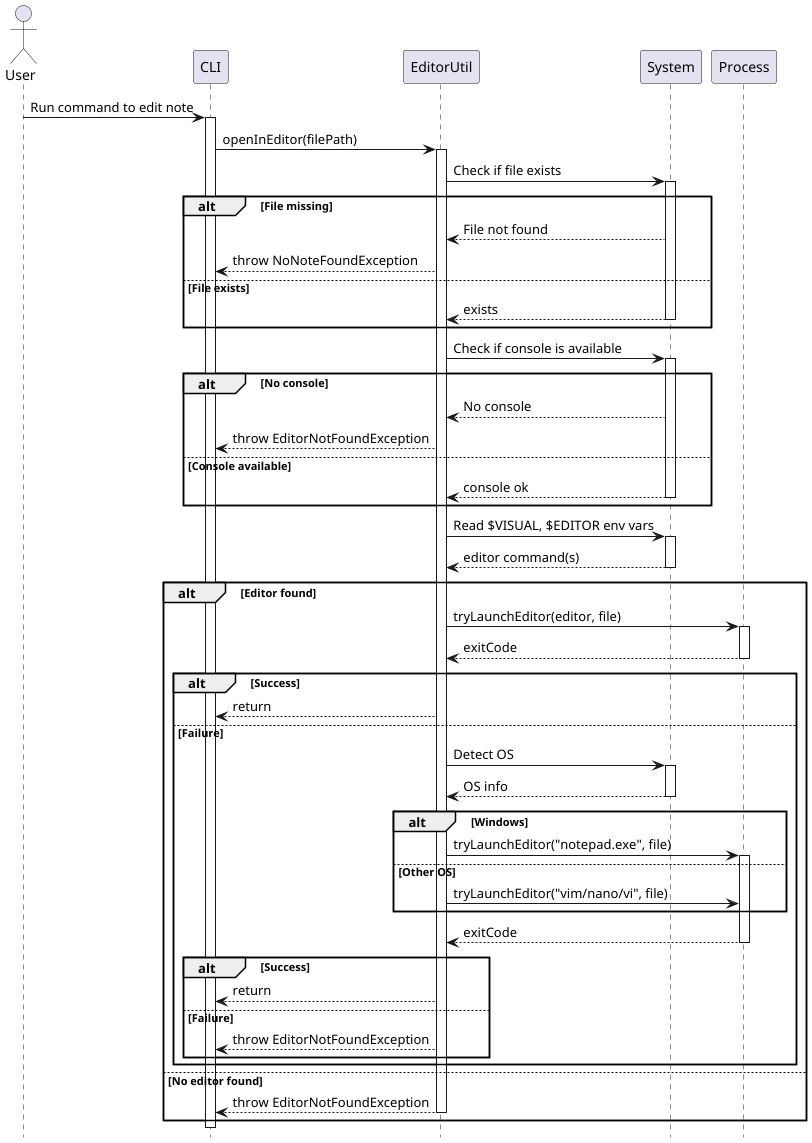
This is docs/images/EditorIntegrationSequence.png from shauntsr/tp, a PlantUML export, as it was before one commit.
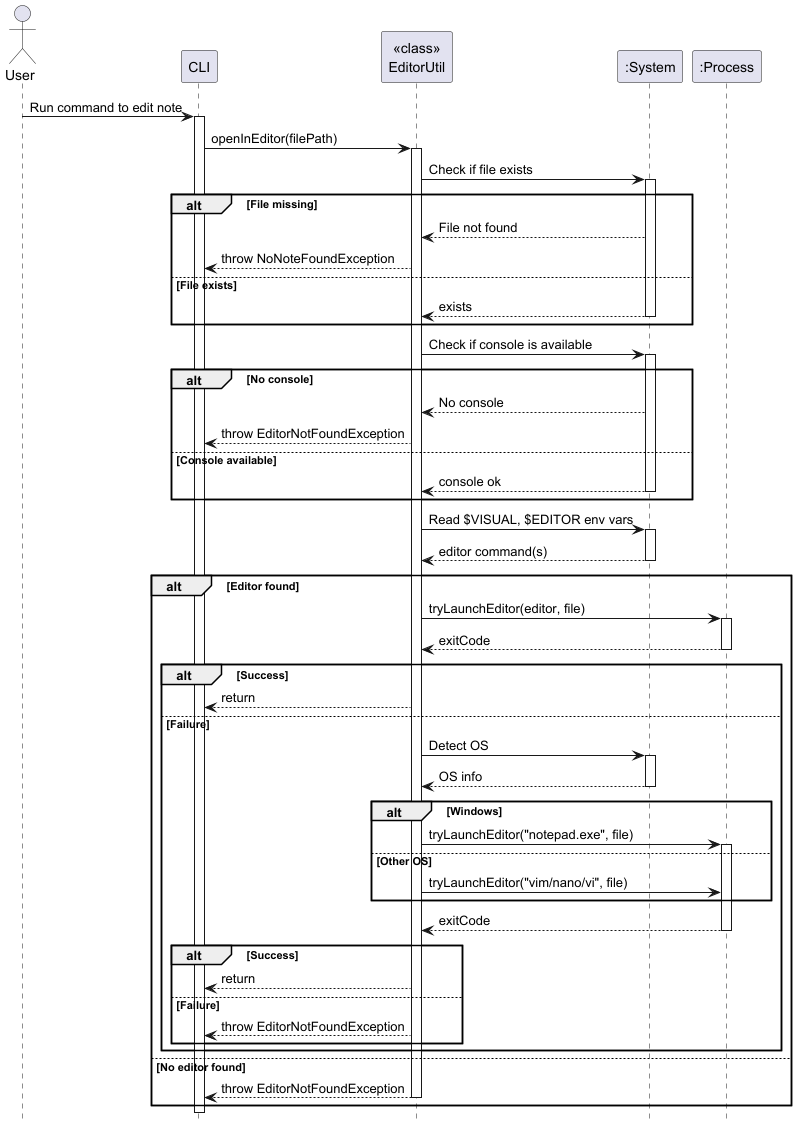
Later version of the same file.

Change to the diagram source:
```diff
@@ -1,9 +1,9 @@
 @startuml EditorIntegrationSequence
 actor User
 participant CLI
-participant EditorUtil
-participant System
-participant Process
+participant "<<class>>\nEditorUtil" as EditorUtil
+participant ":System" as System
+participant ":Process" as Process
 
 hide footbox
 
```
